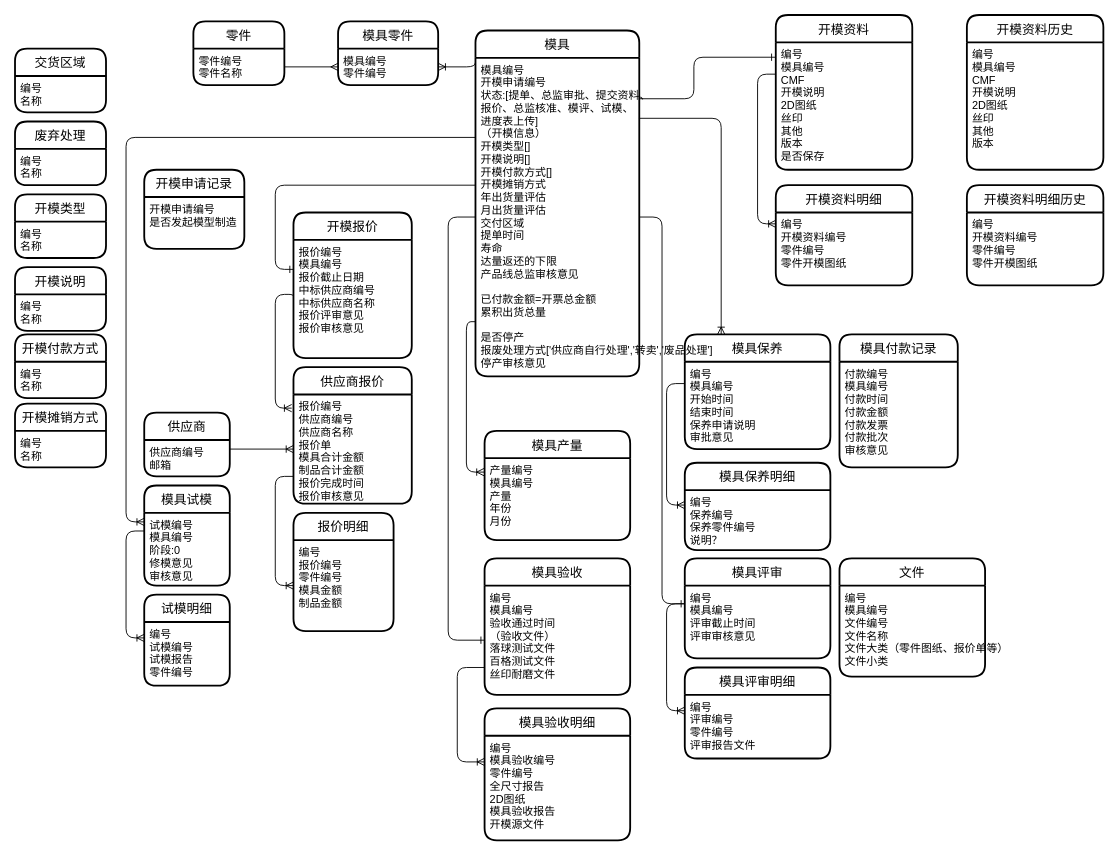
This is page "类图" (1 of 2) of MMS/MMS.drawio from waterwatermelon/graph, a draw.io file, before an edit. Source tidied: cells renumbered, new cells numbered last; positions are measured from the earlier drawing's top-left corner, leaving out a move shared by most shapes. Both pictures are drawn from the tidied source at 91%, with x=0, y=0 at pixel (15, 15).
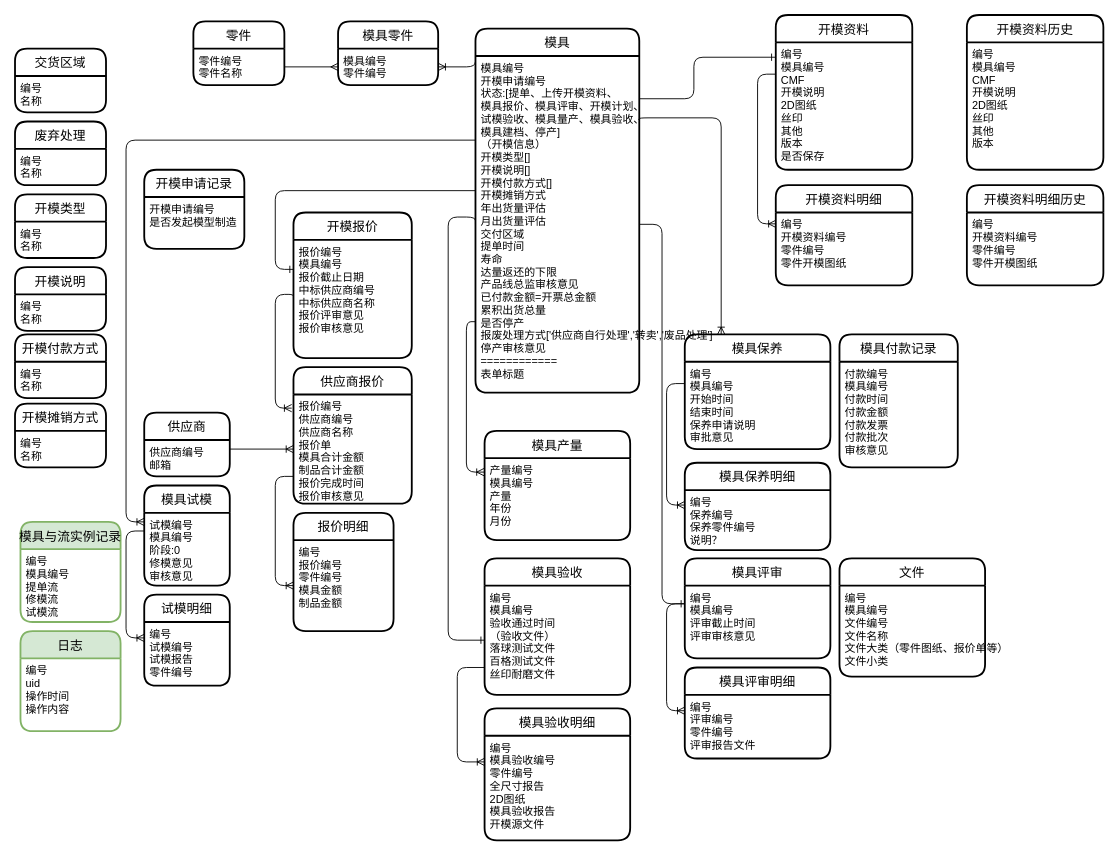
The same diagram, later.

Change to the diagram source:
```diff
@@
     <mxCell id="44" value="模具" style="swimlane;horizontal=1;startSize=30;rounded=1;fontSize=14;fontStyle=0;strokeWidth=2;shadow=0;dashed=0;align=center;" parent="1" vertex="1">
-      <mxGeometry x="506" y="17" width="180" height="380" as="geometry" />
+      <mxGeometry x="506" y="15" width="180" height="400" as="geometry" />
     </mxCell>
-    <mxCell id="45" value="模具编号&#10;开模申请编号&#10;状态:[提单、总监审批、提交资料、&#10;报价、总监核准、模评、试模、&#10;进度表上传]&#10;（开模信息）&#10;开模类型[]&#10;开模说明[]&#10;开模付款方式[]&#10;开模摊销方式&#10;年出货量评估&#10;月出货量评估&#10;交付区域&#10;提单时间&#10;寿命&#10;达量返还的下限&#10;产品线总监审核意见&#10;&#10;已付款金额=开票总金额&#10;累积出货总量&#10;&#10;是否停产&#10;报废处理方式['供应商自行处理','转卖','废品处理']&#10;停产审核意见" style="align=left;strokeColor=none;fillColor=none;spacingLeft=4;fontSize=12;verticalAlign=top;" parent="44" vertex="1">
-      <mxGeometry y="30" width="180" height="350" as="geometry" />
+    <mxCell id="45" value="模具编号&#10;开模申请编号&#10;状态:[提单、上传开模资料、&#10;模具报价、模具评审、开模计划、&#10;试模验收、模具量产、模具验收、&#10;模具建档、停产]&#10;（开模信息）&#10;开模类型[]&#10;开模说明[]&#10;开模付款方式[]&#10;开模摊销方式&#10;年出货量评估&#10;月出货量评估&#10;交付区域&#10;提单时间&#10;寿命&#10;达量返还的下限&#10;产品线总监审核意见&#10;已付款金额=开票总金额&#10;累积出货总量&#10;是否停产&#10;报废处理方式['供应商自行处理','转卖','废品处理']&#10;停产审核意见&#10;============&#10;表单标题" style="align=left;strokeColor=none;fillColor=none;spacingLeft=4;fontSize=12;verticalAlign=top;" parent="44" vertex="1">
+      <mxGeometry y="30" width="180" height="370" as="geometry" />
     </mxCell>
@@
+    <mxCell id="77" value="模具与流实例记录" style="swimlane;horizontal=1;startSize=30;rounded=1;fontSize=14;fontStyle=0;strokeWidth=2;shadow=0;dashed=0;align=center;fillColor=#d5e8d4;strokeColor=#82b366;" parent="1" vertex="1">
+      <mxGeometry x="6" y="557" width="110" height="110" as="geometry" />
+    </mxCell>
+    <mxCell id="78" value="编号&#10;模具编号&#10;提单流&#10;修模流&#10;试模流" style="align=left;strokeColor=none;fillColor=none;spacingLeft=4;fontSize=12;verticalAlign=top;" parent="77" vertex="1">
+      <mxGeometry y="30" width="110" height="80" as="geometry" />
+    </mxCell>
+    <mxCell id="79" value="日志" style="swimlane;horizontal=1;startSize=30;rounded=1;fontSize=14;fontStyle=0;strokeWidth=2;shadow=0;dashed=0;align=center;fillColor=#d5e8d4;strokeColor=#82b366;" parent="1" vertex="1">
+      <mxGeometry x="6" y="677" width="110" height="110" as="geometry" />
+    </mxCell>
+    <mxCell id="80" value="编号&#10;uid&#10;操作时间&#10;操作内容&#10;" style="align=left;strokeColor=none;fillColor=none;spacingLeft=4;fontSize=12;verticalAlign=top;" parent="79" vertex="1">
+      <mxGeometry y="30" width="110" height="80" as="geometry" />
+    </mxCell>
```
